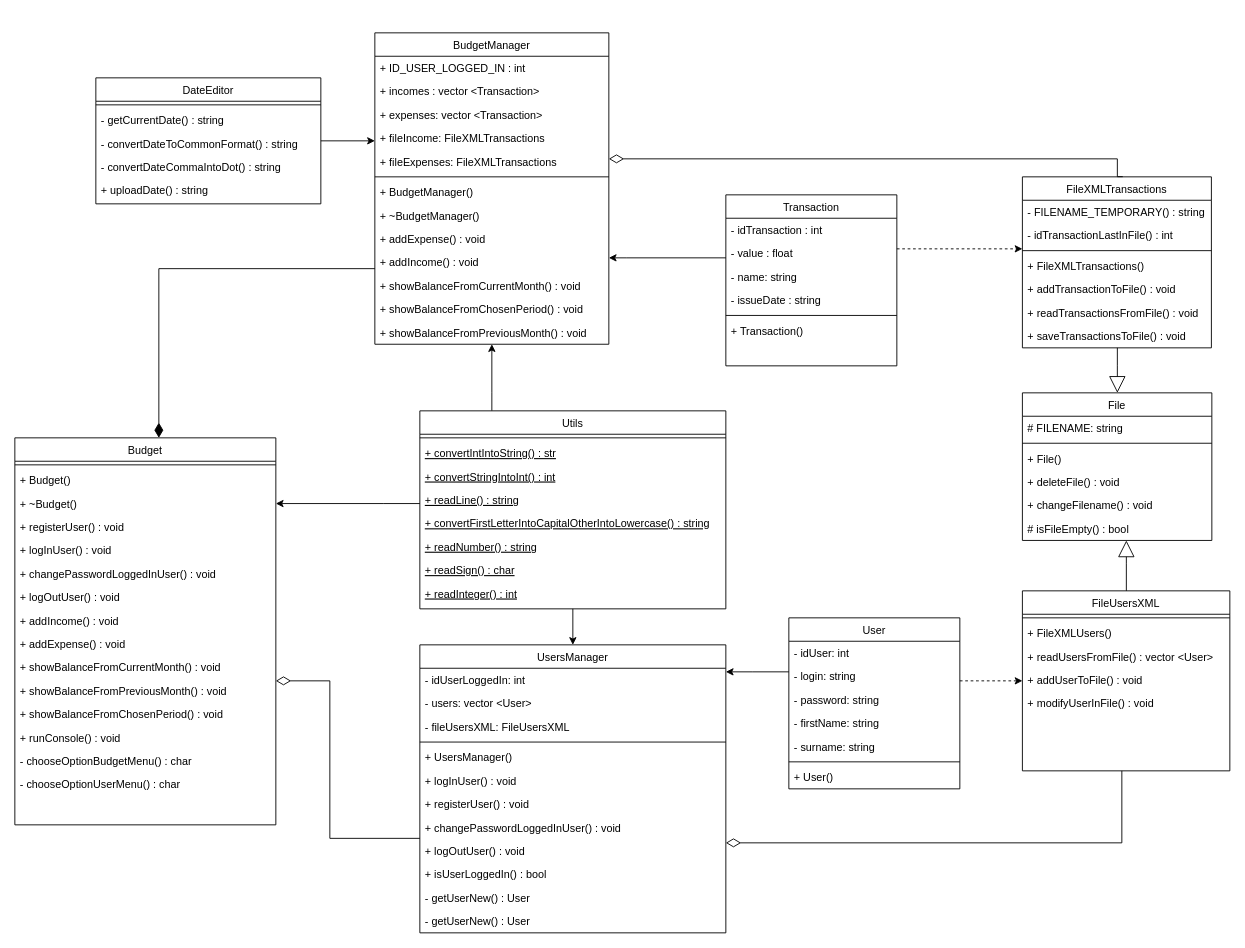
Above: doc/uml-diagram.drawio in MichalWilczek/your-budget (draw.io), before the change. Source tidied: cells renumbered, new cells numbered last; positions are measured from the earlier drawing's top-left corner, leaving out a move shared by most shapes. Both pictures are drawn from the tidied source at 90%, with x=0, y=0 at pixel (14, 32).
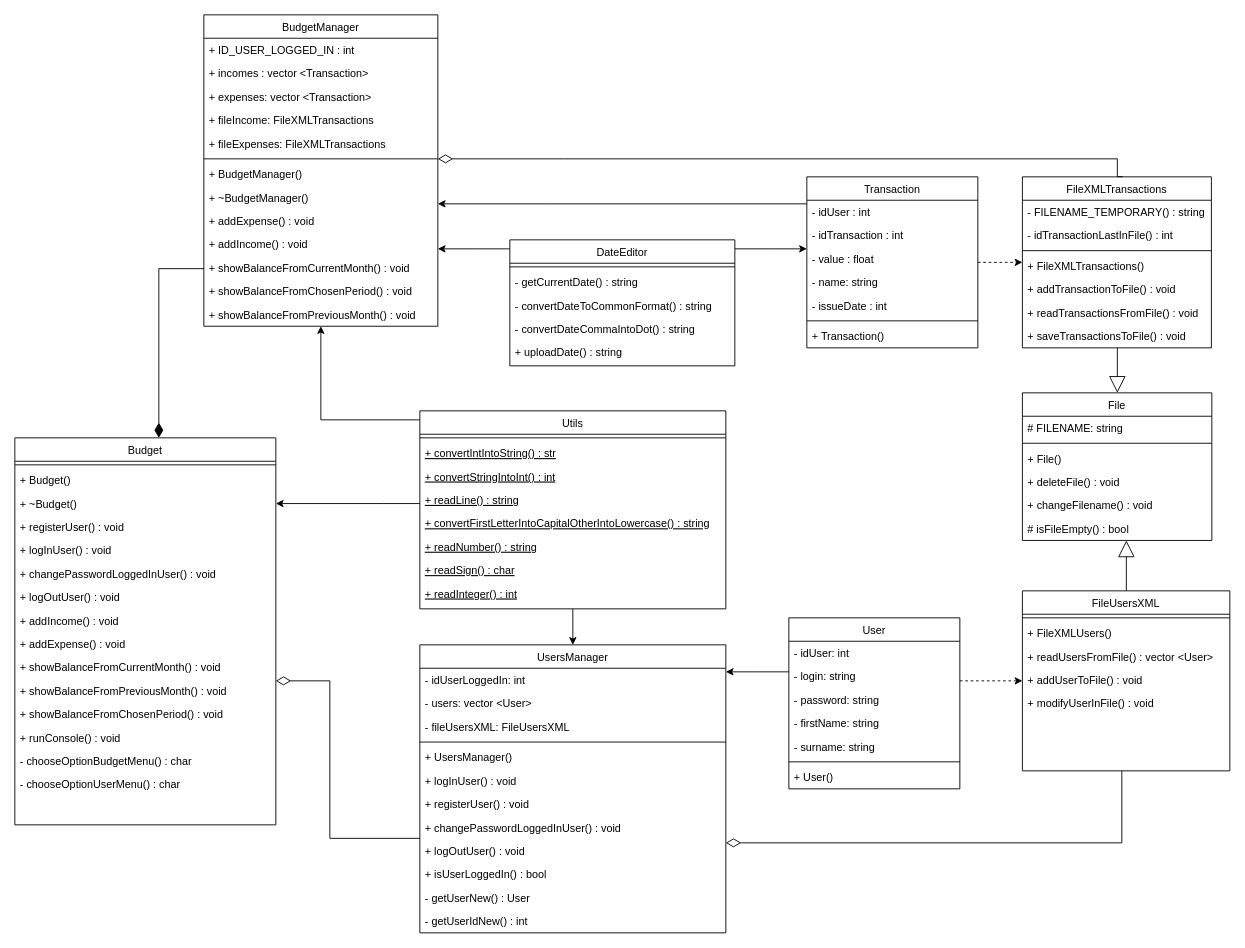
Above is the later version.

Unchanged cells that the change refers to:
```xml
<mxCell id="10" value="UsersManager" style="swimlane;fontStyle=0;align=center;verticalAlign=top;horizontal=1;startSize=26;rounded=0;shadow=0;strokeWidth=1;" parent="1" vertex="1">
  <mxGeometry x="450" y="680" width="340" height="320" as="geometry" />
</mxCell>
<mxCell id="35" value="Utils" style="swimlane;fontStyle=0;align=center;verticalAlign=top;horizontal=1;startSize=26;rounded=0;shadow=0;strokeWidth=1;" parent="1" vertex="1">
  <mxGeometry x="450" y="420" width="340" height="220" as="geometry" />
</mxCell>
```

The edit, as a diff of the source:
```diff
@@
-    <mxCell id="22" value="- getUserNew() : User" style="text;align=left;verticalAlign=top;spacingLeft=4;spacingRight=4;overflow=hidden;" parent="10" vertex="1">
+    <mxCell id="22" value="- getUserIdNew() : int" style="text;align=left;verticalAlign=top;spacingLeft=4;spacingRight=4;overflow=hidden;" parent="10" vertex="1">
       <mxGeometry y="294" width="340" height="26" as="geometry" />
     </mxCell>
@@
     <mxCell id="33" style="edgeStyle=orthogonalEdgeStyle;rounded=0;jettySize=auto;html=1;" parent="1" edge="1" source="35" target="68">
       <mxGeometry relative="1" as="geometry">
         <Array as="points">
-          <mxPoint x="530" y="400" />
-          <mxPoint x="530" y="400" />
+          <mxPoint x="340" y="430" />
         </Array>
       </mxGeometry>
     </mxCell>
@@
     <mxCell id="68" value="BudgetManager" style="swimlane;fontStyle=0;align=center;verticalAlign=top;horizontal=1;startSize=26;rounded=0;shadow=0;strokeWidth=1;" parent="1" vertex="1">
-      <mxGeometry x="400" width="260" height="346" as="geometry" />
+      <mxGeometry x="210" y="-20" width="260" height="346" as="geometry" />
     </mxCell>
@@
     <mxCell id="82" style="edgeStyle=orthogonalEdgeStyle;rounded=0;jettySize=auto;html=1;" parent="1" edge="1" source="83" target="68">
       <mxGeometry relative="1" as="geometry">
         <Array as="points">
-          <mxPoint x="550" y="120" />
-          <mxPoint x="550" y="120" />
+          <mxPoint x="510" y="240" />
+          <mxPoint x="510" y="240" />
         </Array>
       </mxGeometry>
     </mxCell>
+    <mxCell id="110" style="edgeStyle=orthogonalEdgeStyle;rounded=0;jettySize=auto;html=1;" parent="1" edge="1" source="83" target="90">
+      <mxGeometry relative="1" as="geometry">
+        <Array as="points">
+          <mxPoint x="840" y="240" />
+          <mxPoint x="840" y="240" />
+        </Array>
+      </mxGeometry>
+    </mxCell>
     <mxCell id="83" value="DateEditor" style="swimlane;fontStyle=0;align=center;verticalAlign=top;horizontal=1;startSize=26;rounded=0;shadow=0;strokeWidth=1;" parent="1" vertex="1">
-      <mxGeometry x="90" y="50" width="250" height="140" as="geometry" />
+      <mxGeometry x="550" y="230" width="250" height="140" as="geometry" />
     </mxCell>
@@
     <mxCell id="89" style="edgeStyle=orthogonalEdgeStyle;rounded=0;jettySize=auto;html=1;" parent="1" edge="1" source="90" target="68">
       <mxGeometry relative="1" as="geometry">
         <Array as="points">
-          <mxPoint x="680" y="250" />
-          <mxPoint x="680" y="250" />
+          <mxPoint x="590" y="190" />
+          <mxPoint x="590" y="190" />
         </Array>
       </mxGeometry>
     </mxCell>
     <mxCell id="90" value="Transaction" style="swimlane;fontStyle=0;align=center;verticalAlign=top;horizontal=1;startSize=26;rounded=0;shadow=0;strokeWidth=1;" parent="1" vertex="1">
-      <mxGeometry x="790" y="180" width="190" height="190" as="geometry" />
+      <mxGeometry x="880" y="160" width="190" height="190" as="geometry" />
     </mxCell>
+    <mxCell id="111" value="- idUser : int" style="text;align=left;verticalAlign=top;spacingLeft=4;spacingRight=4;overflow=hidden;" parent="90" vertex="1">
+      <mxGeometry y="26" width="190" height="26" as="geometry" />
+    </mxCell>
     <mxCell id="91" value="- idTransaction : int" style="text;align=left;verticalAlign=top;spacingLeft=4;spacingRight=4;overflow=hidden;" parent="90" vertex="1">
-      <mxGeometry y="26" width="190" height="26" as="geometry" />
+      <mxGeometry y="52" width="190" height="26" as="geometry" />
     </mxCell>
     <mxCell id="92" value="- value : float" style="text;align=left;verticalAlign=top;spacingLeft=4;spacingRight=4;overflow=hidden;rounded=0;shadow=0;html=0;" parent="90" vertex="1">
-      <mxGeometry y="52" width="190" height="26" as="geometry" />
+      <mxGeometry y="78" width="190" height="26" as="geometry" />
     </mxCell>
     <mxCell id="93" value="- name: string" style="text;align=left;verticalAlign=top;spacingLeft=4;spacingRight=4;overflow=hidden;rounded=0;shadow=0;html=0;" parent="90" vertex="1">
-      <mxGeometry y="78" width="190" height="26" as="geometry" />
+      <mxGeometry y="104" width="190" height="26" as="geometry" />
     </mxCell>
-    <mxCell id="94" value="- issueDate : string" style="text;align=left;verticalAlign=top;spacingLeft=4;spacingRight=4;overflow=hidden;rounded=0;shadow=0;html=0;" parent="90" vertex="1">
-      <mxGeometry y="104" width="190" height="26" as="geometry" />
+    <mxCell id="94" value="- issueDate : int" style="text;align=left;verticalAlign=top;spacingLeft=4;spacingRight=4;overflow=hidden;rounded=0;shadow=0;html=0;" parent="90" vertex="1">
+      <mxGeometry y="130" width="190" height="26" as="geometry" />
     </mxCell>
     <mxCell id="95" style="line;html=1;strokeWidth=1;align=left;verticalAlign=middle;spacingTop=-1;spacingLeft=3;spacingRight=3;labelPosition=right;" parent="90" vertex="1">
-      <mxGeometry y="130" width="190" height="8" as="geometry" />
+      <mxGeometry y="156" width="190" height="8" as="geometry" />
     </mxCell>
     <mxCell id="96" value="+ Transaction()" style="text;align=left;verticalAlign=top;spacingLeft=4;spacingRight=4;overflow=hidden;" parent="90" vertex="1">
-      <mxGeometry y="138" width="190" height="26" as="geometry" />
+      <mxGeometry y="164" width="190" height="26" as="geometry" />
     </mxCell>
```
